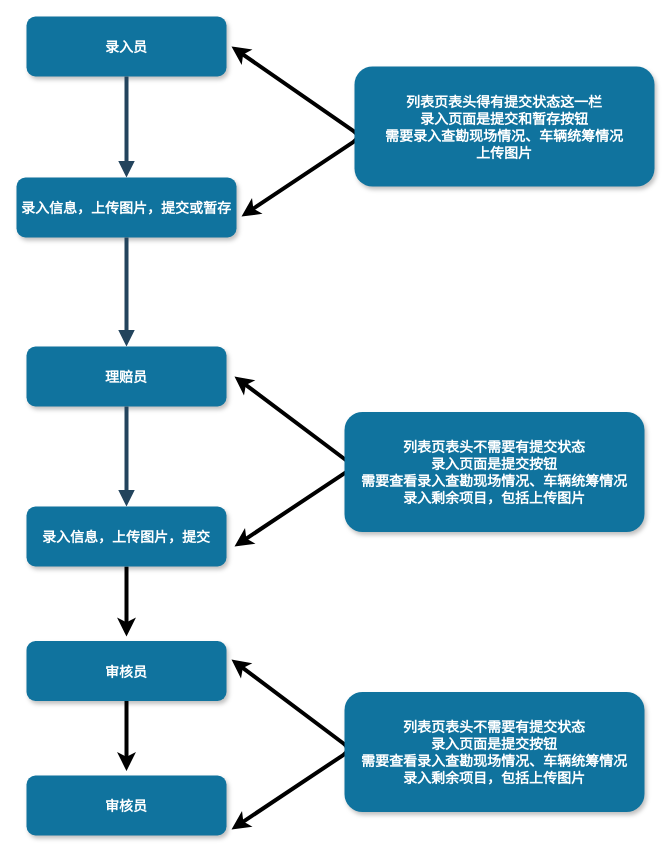
Before: page "Page-1" (1 of 2) of Untitled Diagram.drawio in divbeginner/baoxian, a draw.io diagram. Source tidied: cells renumbered, new cells numbered last; positions are measured from the earlier drawing's top-left corner, leaving out a move shared by most shapes. Both pictures are drawn from the tidied source at 100%, with x=0, y=0 at pixel (6, 16).
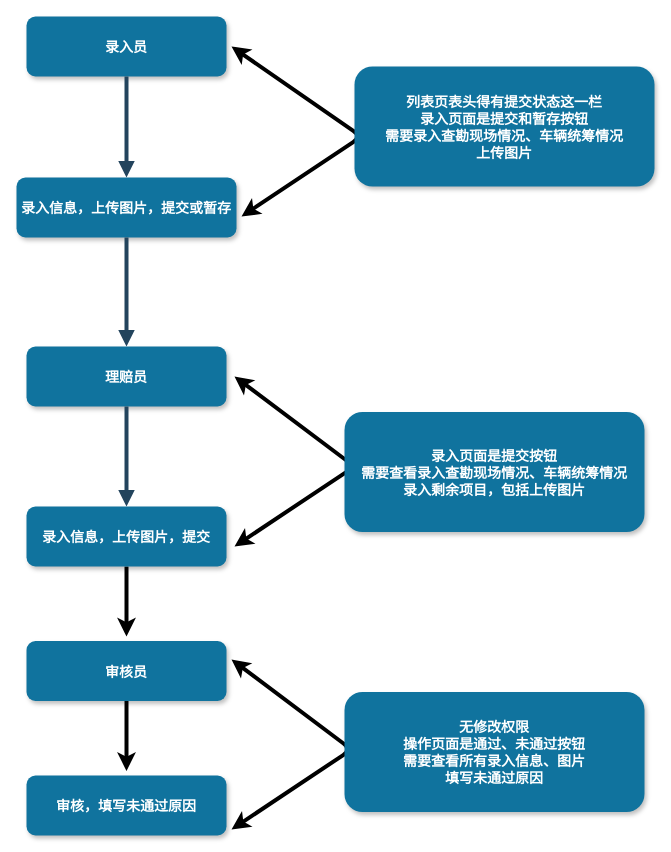
The same diagram, later.

Change to the diagram source:
```diff
@@
-    <mxCell id="14" value="列表页表头不需要有提交状态&#10;录入页面是提交按钮&#10;需要查看录入查勘现场情况、车辆统筹情况&#10;录入剩余项目，包括上传图片" style="rounded=1;fillColor=#10739E;strokeColor=none;shadow=1;gradientColor=none;fontStyle=1;fontSize=14;fontColor=#FFFFFF;" parent="1" vertex="1">
+    <mxCell id="14" value="录入页面是提交按钮&#10;需要查看录入查勘现场情况、车辆统筹情况&#10;录入剩余项目，包括上传图片" style="rounded=1;fillColor=#10739E;strokeColor=none;shadow=1;gradientColor=none;fontStyle=1;fontSize=14;fontColor=#FFFFFF;" parent="1" vertex="1">
       <mxGeometry x="338" y="395.5" width="300" height="120" as="geometry" />
     </mxCell>
@@
-    <mxCell id="16" value="审核员" style="rounded=1;fillColor=#10739E;strokeColor=none;shadow=1;gradientColor=none;fontStyle=1;fontColor=#FFFFFF;fontSize=14;" parent="1" vertex="1">
+    <mxCell id="16" value="审核，填写未通过原因" style="rounded=1;fillColor=#10739E;strokeColor=none;shadow=1;gradientColor=none;fontStyle=1;fontColor=#FFFFFF;fontSize=14;" parent="1" vertex="1">
       <mxGeometry x="20" y="759" width="200" height="60" as="geometry" />
     </mxCell>
@@
-    <mxCell id="18" value="列表页表头不需要有提交状态&#10;录入页面是提交按钮&#10;需要查看录入查勘现场情况、车辆统筹情况&#10;录入剩余项目，包括上传图片" style="rounded=1;fillColor=#10739E;strokeColor=none;shadow=1;gradientColor=none;fontStyle=1;fontSize=14;fontColor=#FFFFFF;" parent="1" vertex="1">
+    <mxCell id="18" value="无修改权限&#10;操作页面是通过、未通过按钮&#10;需要查看所有录入信息、图片&#10;填写未通过原因" style="rounded=1;fillColor=#10739E;strokeColor=none;shadow=1;gradientColor=none;fontStyle=1;fontSize=14;fontColor=#FFFFFF;" parent="1" vertex="1">
       <mxGeometry x="338" y="675.5" width="300" height="120" as="geometry" />
     </mxCell>
```
